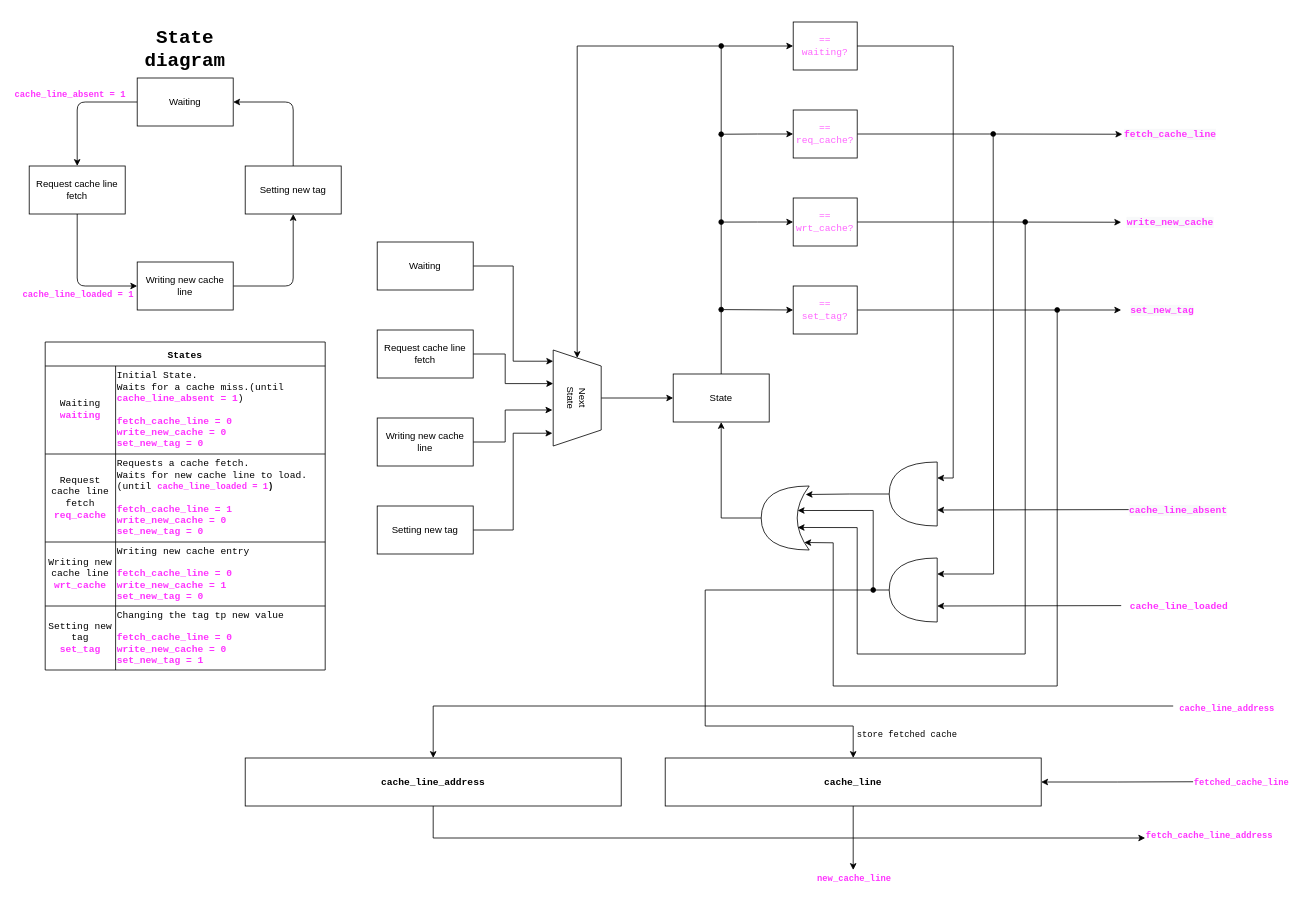
Before: page "L1 I-cache write" (2 of 2) of Circuit_Drawings/New Circuit.drawio in Kaveesha-98/065-538-720-GNC, a draw.io diagram. Source tidied: cells renumbered, new cells numbered last; positions are measured from the earlier drawing's top-left corner, leaving out a move shared by most shapes. Both pictures are drawn from the tidied source at 80%, with x=0, y=0 at pixel (29, 22).
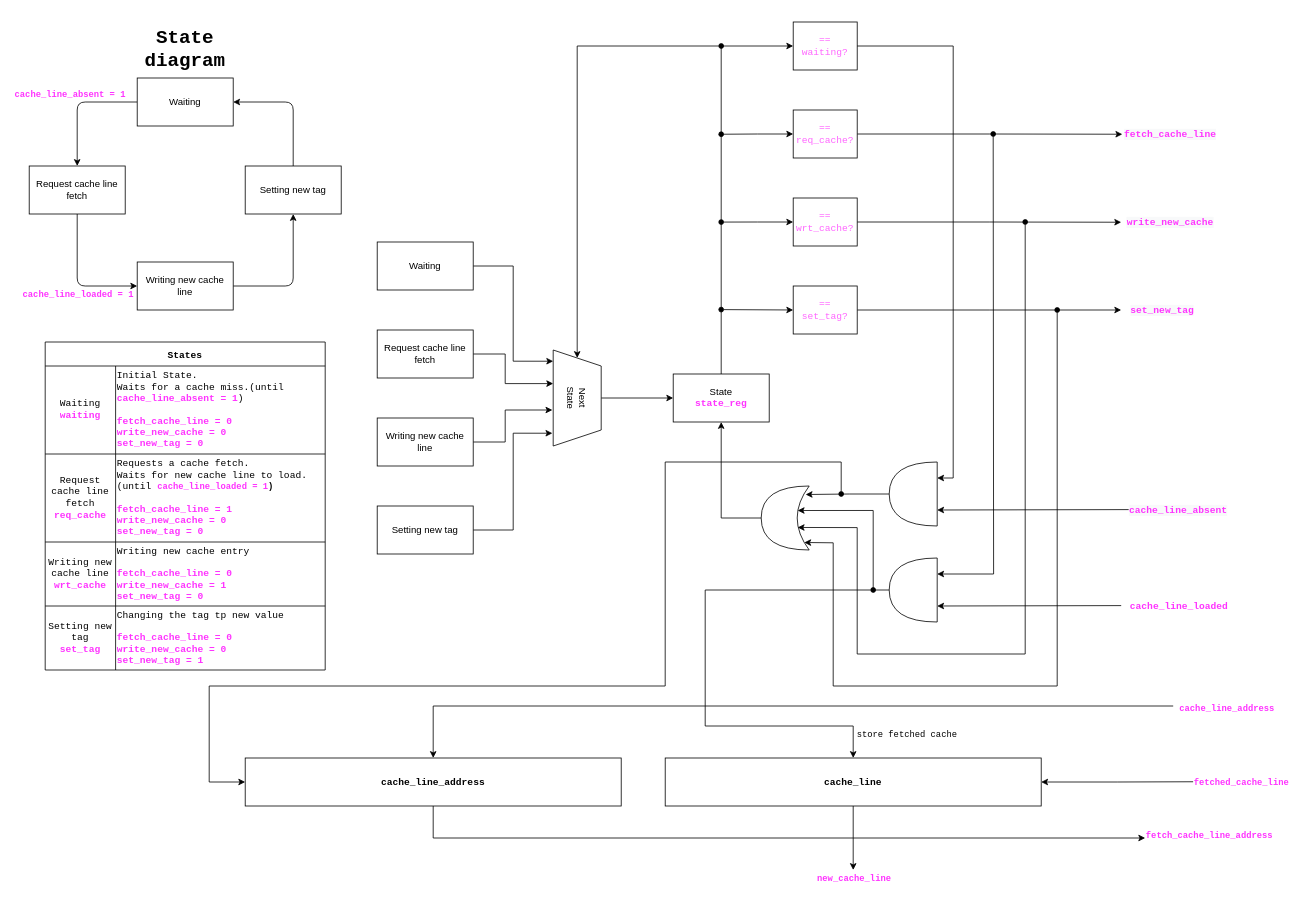
After the change.

The change refers to these unchanged cells:
```xml
<mxCell id="77" value="&lt;font face=&quot;Courier New&quot;&gt;&lt;b&gt;cache_line_address&lt;/b&gt;&lt;/font&gt;" style="rounded=0;whiteSpace=wrap;html=1;" parent="1" vertex="1">
  <mxGeometry x="270" y="920" width="470" height="60" as="geometry" />
</mxCell>
```

Diff of the diagram source:
```diff
@@
-    <mxCell id="28" value="State" style="rounded=0;whiteSpace=wrap;html=1;" parent="1" vertex="1">
+    <mxCell id="28" value="State&lt;br&gt;&lt;font face=&quot;Courier New&quot; color=&quot;#ff33ff&quot;&gt;&lt;b&gt;state_reg&lt;/b&gt;&lt;/font&gt;" style="rounded=0;whiteSpace=wrap;html=1;" parent="1" vertex="1">
       <mxGeometry x="805" y="440" width="120" height="60" as="geometry" />
     </mxCell>
@@
+    <mxCell id="78" style="edgeStyle=orthogonalEdgeStyle;rounded=0;jettySize=auto;html=1;exitX=0;exitY=0.5;exitDx=0;exitDy=0;fontFamily=Courier New;startArrow=classic;startFill=1;endArrow=oval;endFill=1;" parent="1" edge="1" source="77">
+      <mxGeometry relative="1" as="geometry">
+        <mxPoint x="1015" y="590" as="targetPoint" />
+        <Array as="points">
+          <mxPoint x="225" y="950" />
+          <mxPoint x="225" y="830" />
+          <mxPoint x="795" y="830" />
+          <mxPoint x="795" y="550" />
+          <mxPoint x="1015" y="550" />
+        </Array>
+      </mxGeometry>
+    </mxCell>
```
